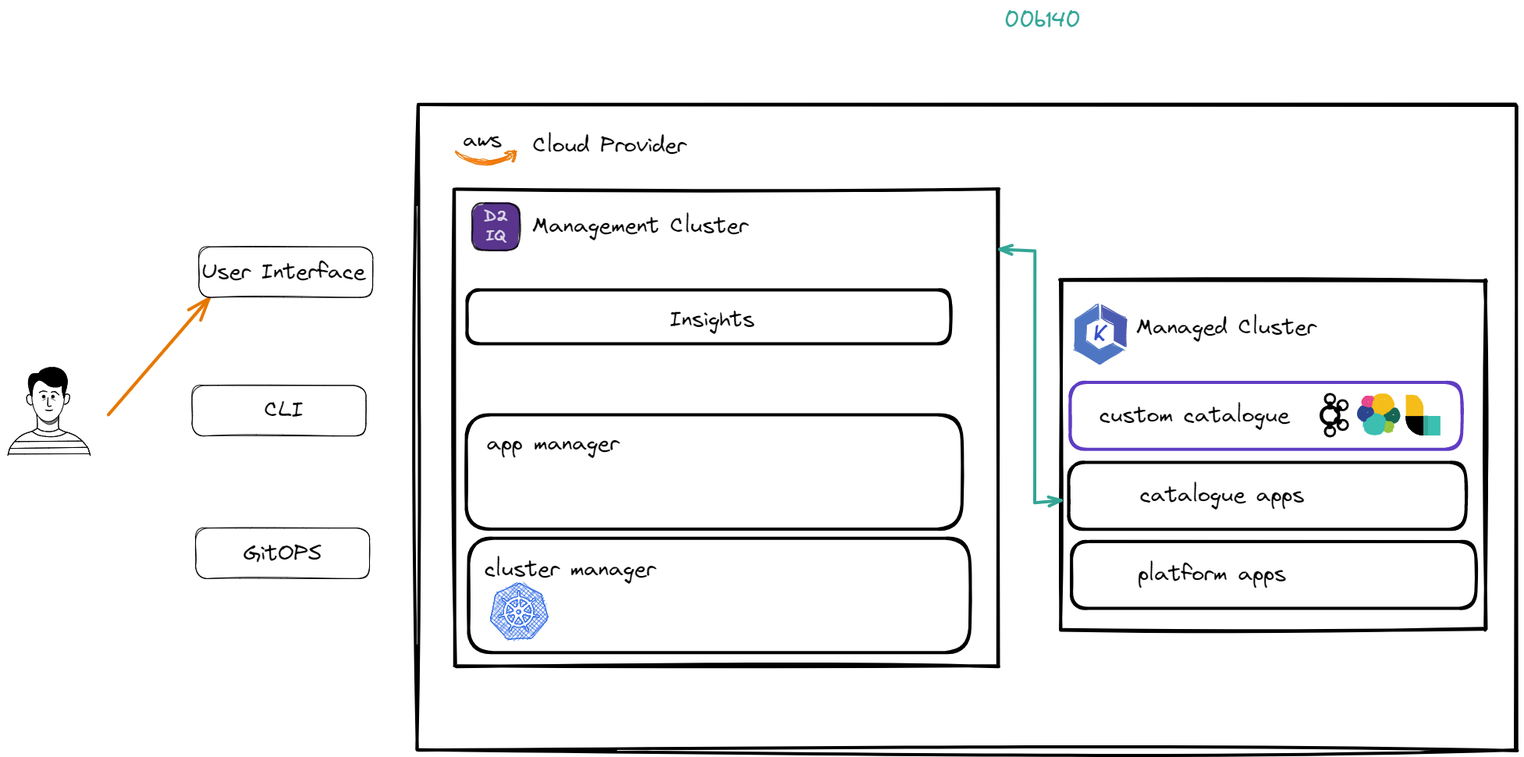
Above: media/architecture.excalidraw.png in swiftsuretech/kubernetes-big-data (Excalidraw), before the change. Source tidied: one line per element, renumbered; positions are measured from the earlier drawing's top-left corner, leaving out a move shared by most shapes.
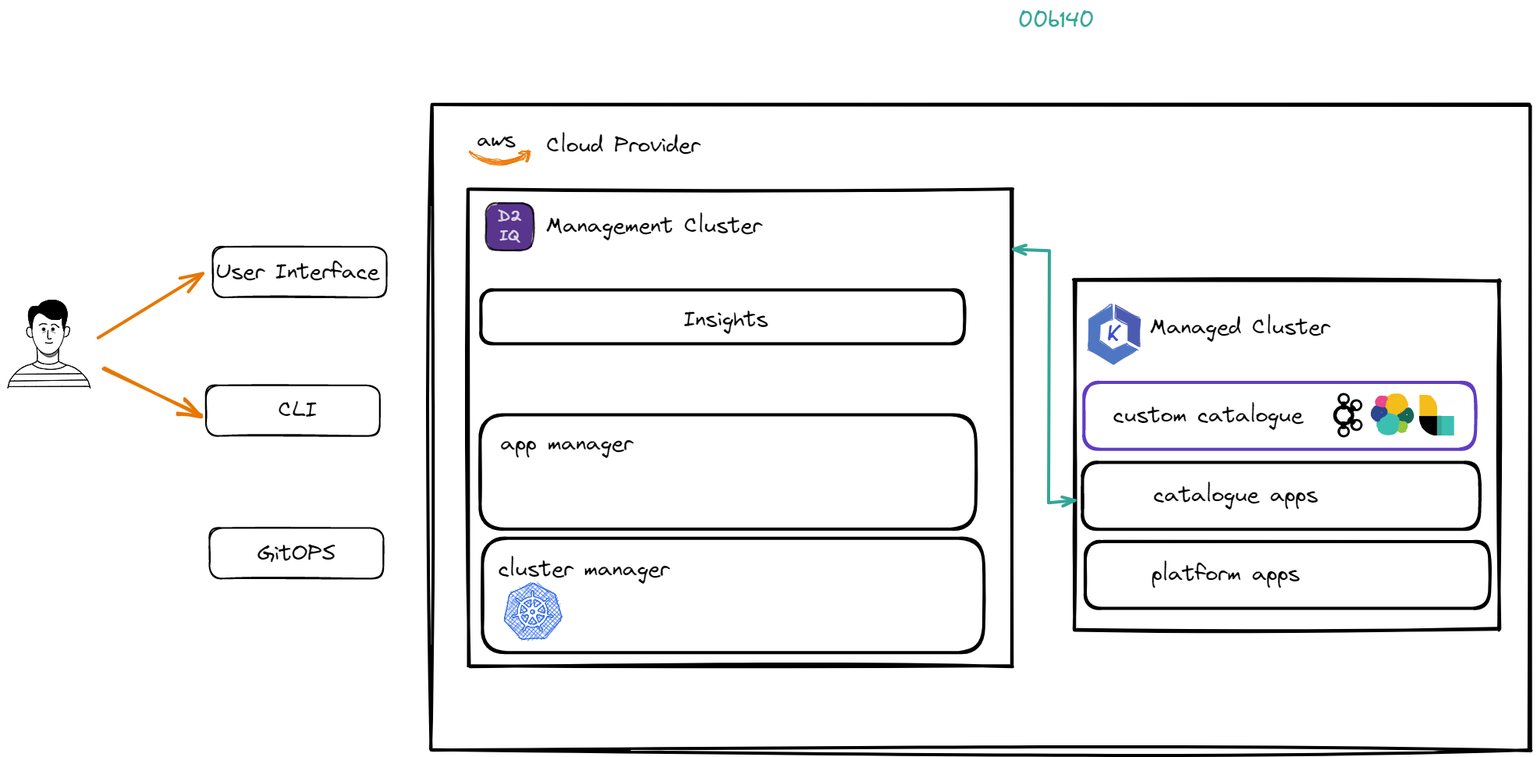
Later version of the same file.

What changed in the source:
```diff
@@ -43,7 +43,7 @@
 {"id": 42, "type": "text", "text": "00b140", "strokeColor": "#34a696", "backgroundColor": "#34a696", "fillStyle": "solid", "strokeWidth": 4, "roughness": 0, "fontSize": 28, "fontFamily": 1, "x": 1277, "y": 0, "width": 98, "height": 35}
 {"id": 43, "type": "line", "strokeColor": "#4c5bb2", "backgroundColor": "#4c5bb2", "fillStyle": "solid", "strokeWidth": 1, "roughness": 1, "x": 1402, "y": 382, "width": 31, "height": 52, "points": [[0, 0], [0, 17], [17, 25], [16, 44], [31, 52], [31, 17], [0, 0]]}
 {"id": 44, "type": "line", "strokeColor": "#4f76c3", "backgroundColor": "#4f76c3", "fillStyle": "solid", "strokeWidth": 1, "roughness": 1, "x": 1397, "y": 380, "width": 63, "height": 76, "points": [[0, 0], [0, 19], [-15, 26], [-15, 48], [2, 58], [19, 50], [33, 58], [3, 76], [-30, 56], [-30, 19], [0, 0]]}
-{"id": 45, "type": "text", "text": "K", "strokeColor": "#364fc7", "backgroundColor": "#4f76c3", "fillStyle": "solid", "strokeWidth": 1, "roughness": 1, "fontSize": 30.15, "fontFamily": 1, "x": 1391, "y": 400, "width": 19, "height": 38}
+{"id": 45, "type": "text", "text": "K", "strokeColor": "#364fc7", "backgroundColor": "#4f76c3", "fillStyle": "solid", "strokeWidth": 1, "roughness": 1, "fontSize": 30.15, "fontFamily": 1, "x": 1391, "y": 400, "width": 18, "height": 38}
 {"id": 46, "type": "line", "strokeColor": "#326ce5", "backgroundColor": "#326ce5", "fillStyle": "cross-hatch", "strokeWidth": 1, "roughness": 1, "x": 655, "y": 738, "width": 72, "height": 70, "points": [[0, 0], [0, 0], [-2, 0], [-27, 13], [-27, 13], [-29, 14], [-30, 16], [-36, 43], [-36, 43], [-36, 45], [-35, 47], [-35, 47], [-18, 69], [-18, 69], [-16, 70], [-14, 70], [14, 70], [14, 70], [16, 70], [18, 69], [35, 47], [35, 47], [36, 45], [36, 43], [30, 16], [30, 16], [29, 14], [28, 13], [2, 0], [2, 0], [0, 0], [0, 0]]}
 {"id": 47, "type": "line", "strokeColor": "#326ce5", "backgroundColor": "#fff", "fillStyle": "solid", "strokeWidth": 1, "roughness": 1, "x": 655, "y": 747, "width": 53, "height": 52, "points": [[0, 0], [0, 0], [-1, 1], [-1, 2], [-1, 2], [-1, 2], [-1, 4], [-1, 6], [-2, 7], [-2, 8], [-2, 8], [-4, 8], [-7, 9], [-10, 10], [-12, 12], [-14, 14], [-15, 13], [-15, 13], [-16, 13], [-18, 11], [-19, 10], [-19, 10], [-19, 10], [-20, 10], [-21, 10], [-22, 11], [-21, 12], [-21, 13], [-21, 13], [-19, 13], [-17, 15], [-17, 16], [-16, 16], [-16, 16], [-18, 20], [-19, 23], [-20, 26], [-19, 30], [-20, 30], [-20, 30], [-21, 31], [-23, 31], [-25, 31], [-25, 31], [-25, 31], [-25, 31], [-26, 32], [-26, 32], [-26, 34], [-26, 34], [-25, 34], [-25, 34], [-25, 34], [-24, 34], [-24, 34], [-23, 34], [-20, 33], [-19, 33], [-19, 33], [-19, 33], [-17, 37], [-15, 40], [-13, 42], [-10, 44], [-10, 45], [-10, 45], [-10, 46], [-11, 48], [-12, 49], [-12, 50], [-12, 50], [-13, 51], [-12, 51], [-12, 52], [-11, 52], [-11, 52], [-10, 52], [-10, 51], [-10, 51], [-10, 51], [-9, 49], [-9, 48], [-8, 47], [-7, 46], [-7, 46], [-7, 46], [-3, 47], [0, 47], [4, 47], [7, 46], [7, 46], [7, 46], [8, 47], [9, 49], [10, 51], [10, 51], [10, 51], [10, 52], [11, 52], [12, 51], [12, 51], [13, 50], [12, 50], [12, 49], [12, 49], [11, 48], [10, 46], [10, 45], [10, 44], [13, 42], [15, 39], [17, 37], [19, 33], [19, 33], [19, 33], [20, 33], [23, 34], [24, 34], [25, 34], [25, 34], [25, 34], [25, 34], [26, 34], [26, 33], [27, 33], [26, 32], [26, 32], [25, 31], [25, 31], [25, 31], [23, 31], [21, 31], [20, 30], [19, 30], [19, 30], [20, 26], [19, 23], [18, 20], [16, 16], [17, 16], [17, 16], [17, 15], [19, 13], [21, 13], [21, 12], [21, 12], [22, 11], [21, 10], [21, 10], [21, 10], [20, 10], [19, 10], [19, 10], [19, 10], [18, 11], [16, 13], [15, 13], [14, 14], [14, 14], [12, 11], [8, 10], [5, 8], [2, 8], [2, 7], [1, 6], [1, 4], [2, 2], [2, 2], [2, 2], [1, 1], [0, 0], [0, 0]]}
 {"id": 48, "type": "line", "strokeColor": "#326ce5", "backgroundColor": "#326ce5", "fillStyle": "cross-hatch", "strokeWidth": 1, "roughness": 1, "x": 653, "y": 759, "width": 9, "height": 9, "points": [[0, 0], [0, 8], [0, 8], [0, 8], [-1, 9], [-3, 9], [-9, 4], [-9, 4], [-6, 2], [-2, 0], [0, 0], [0, 0]]}
@@ -60,31 +60,32 @@
 {"id": 59, "type": "text", "text": "catalogue apps", "strokeColor": "#000000", "strokeWidth": 1, "roughness": 1, "fontSize": 28, "fontFamily": 1, "x": 1451, "y": 608, "width": 211, "height": 35}
 {"id": 60, "type": "rectangle", "strokeColor": "#000000", "strokeWidth": 4, "roughness": 1, "round": true, "x": 589, "y": 362, "width": 620, "height": 69}
 {"id": 61, "type": "text", "text": "Insights", "strokeColor": "#000000", "strokeWidth": 1, "roughness": 1, "fontSize": 28, "fontFamily": 1, "x": 848, "y": 383, "width": 109, "height": 35}
-{"id": 62, "type": "arrow", "strokeColor": "#34a696", "backgroundColor": "#34a696", "fillStyle": "solid", "strokeWidth": 4, "roughness": 0, "startArrowhead": "arrow", "endArrowhead": "arrow", "from": 0, "to": 58, "x": 1271, "y": 309, "width": 79, "height": 325, "points": [[0, 0], [45, 2], [45, 325], [79, 322]]}
+{"id": 62, "type": "arrow", "strokeColor": "#34a696", "backgroundColor": "#34a696", "fillStyle": "solid", "strokeWidth": 4, "roughness": 0, "startArrowhead": "arrow", "endArrowhead": "arrow", "from": 0, "to": 58, "x": 1271, "y": 309, "width": 79, "height": 325, "points": [[0, 0], [46, 2], [45, 325], [79, 322]]}
-{"id": 63, "type": "line", "strokeColor": "#000000", "backgroundColor": "#000", "fillStyle": "solid", "strokeWidth": 1, "roughness": 0, "opacity": 50, "round": true, "x": 38, "y": 521, "width": 27, "height": 19, "points": [[0, 0], [5, 8], [12, 12], [17, 13], [23, 11], [26, 6], [27, 1], [27, -3], [24, -6], [12, -5], [7, -2], [1, -1]]}
+{"id": 63, "type": "line", "strokeColor": "#000000", "backgroundColor": "#000", "fillStyle": "solid", "strokeWidth": 1, "roughness": 0, "opacity": 50, "round": true, "x": 20, "y": 434, "width": 27, "height": 19, "points": [[0, 0], [5, 8], [12, 12], [17, 13], [23, 11], [26, 6], [27, 1], [27, -3], [24, -6], [12, -5], [7, -2], [1, -1]]}
-{"id": 64, "type": "ellipse", "strokeColor": "#000000", "backgroundColor": "#fff", "fillStyle": "solid", "strokeWidth": 1, "roughness": 0, "x": 31, "y": 464, "width": 42, "height": 66}
+{"id": 64, "type": "ellipse", "strokeColor": "#000000", "backgroundColor": "#fff", "fillStyle": "solid", "strokeWidth": 1, "roughness": 0, "x": 13, "y": 378, "width": 42, "height": 66}
-{"id": 65, "type": "line", "strokeColor": "#000000", "backgroundColor": "#000", "fillStyle": "solid", "strokeWidth": 1, "roughness": 0, "round": true, "x": 31, "y": 499, "width": 50, "height": 38, "points": [[0, 0], [0, -4], [1, -9], [2, -13], [3, -16], [6, -20], [9, -22], [13, -20], [17, -18], [21, -15], [25, -13], [30, -13], [35, -13], [39, -15], [39, -8], [40, -4], [41, 1], [43, -6], [45, -13], [45, -21], [44, -28], [41, -31], [37, -35], [31, -37], [26, -38], [21, -37], [16, -36], [12, -34], [9, -30], [5, -30], [0, -29], [-3, -26], [-4, -22], [-4, -17], [-4, -12], [-2, -6], [-1, -2]]}
+{"id": 65, "type": "line", "strokeColor": "#000000", "backgroundColor": "#000", "fillStyle": "solid", "strokeWidth": 1, "roughness": 0, "round": true, "x": 13, "y": 412, "width": 50, "height": 38, "points": [[0, 0], [0, -4], [1, -9], [2, -13], [3, -16], [6, -20], [9, -22], [13, -20], [17, -18], [21, -15], [25, -13], [30, -13], [35, -13], [39, -15], [39, -8], [40, -4], [41, 1], [43, -6], [45, -13], [45, -21], [44, -28], [41, -31], [37, -35], [31, -37], [26, -38], [21, -37], [16, -36], [12, -34], [9, -30], [5, -30], [0, -29], [-3, -26], [-4, -22], [-4, -17], [-4, -12], [-2, -6], [-1, -2]]}
-{"id": 66, "type": "ellipse", "strokeColor": "#000000", "backgroundColor": "#000", "fillStyle": "solid", "strokeWidth": 1, "roughness": 0, "x": 44, "y": 496, "width": 4, "height": 4}
+{"id": 66, "type": "ellipse", "strokeColor": "#000000", "backgroundColor": "#000", "fillStyle": "solid", "strokeWidth": 1, "roughness": 0, "x": 26, "y": 410, "width": 4, "height": 4}
-{"id": 67, "type": "ellipse", "strokeColor": "#000000", "backgroundColor": "#000", "fillStyle": "solid", "strokeWidth": 1, "roughness": 0, "x": 56, "y": 496, "width": 4, "height": 4}
+{"id": 67, "type": "ellipse", "strokeColor": "#000000", "backgroundColor": "#000", "fillStyle": "solid", "strokeWidth": 1, "roughness": 0, "x": 38, "y": 410, "width": 4, "height": 4}
-{"id": 68, "type": "line", "strokeColor": "#000000", "backgroundColor": "#000", "fillStyle": "solid", "strokeWidth": 1, "roughness": 0, "round": true, "x": 48, "y": 515, "width": 10, "height": 1, "points": [[0, 0], [5, 1], [10, 0]]}
+{"id": 68, "type": "line", "strokeColor": "#000000", "backgroundColor": "#000", "fillStyle": "solid", "strokeWidth": 1, "roughness": 0, "round": true, "x": 30, "y": 429, "width": 10, "height": 1, "points": [[0, 0], [5, 1], [10, 0]]}
-{"id": 69, "type": "line", "strokeColor": "#000000", "backgroundColor": "#000", "fillStyle": "solid", "strokeWidth": 1, "roughness": 0, "round": true, "x": 52, "y": 499, "width": 4, "height": 11, "points": [[0, 0], [0, 11], [4, 11]]}
+{"id": 69, "type": "line", "strokeColor": "#000000", "backgroundColor": "#000", "fillStyle": "solid", "strokeWidth": 1, "roughness": 0, "round": true, "x": 34, "y": 413, "width": 4, "height": 11, "points": [[0, 0], [0, 11], [4, 11]]}
-{"id": 70, "type": "line", "strokeColor": "#495057", "backgroundColor": "#000", "fillStyle": "solid", "strokeWidth": 1, "roughness": 0, "opacity": 40, "round": true, "x": 44, "y": 503, "width": 4, "height": 2, "points": [[0, 0], [4, -2]]}
+{"id": 70, "type": "line", "strokeColor": "#495057", "backgroundColor": "#000", "fillStyle": "solid", "strokeWidth": 1, "roughness": 0, "opacity": 40, "round": true, "x": 27, "y": 417, "width": 4, "height": 2, "points": [[0, 0], [4, -2]]}
-{"id": 71, "type": "line", "strokeColor": "#495057", "backgroundColor": "#000", "fillStyle": "solid", "strokeWidth": 1, "roughness": 0, "opacity": 40, "round": true, "x": 55, "y": 500, "width": 6, "height": 3, "points": [[0, 0], [6, 3]]}
+{"id": 71, "type": "line", "strokeColor": "#495057", "backgroundColor": "#000", "fillStyle": "solid", "strokeWidth": 1, "roughness": 0, "opacity": 40, "round": true, "x": 37, "y": 414, "width": 6, "height": 3, "points": [[0, 0], [6, 3]]}
-{"id": 72, "type": "line", "strokeColor": "#000000", "strokeWidth": 1, "roughness": 0, "round": true, "x": 32, "y": 507, "width": 8, "height": 13, "points": [[0, 0], [-2, 1], [-7, -2], [-8, -9], [-5, -12], [-2, -10]]}
+{"id": 72, "type": "line", "strokeColor": "#000000", "strokeWidth": 1, "roughness": 0, "round": true, "x": 14, "y": 421, "width": 8, "height": 13, "points": [[0, 0], [-2, 1], [-7, -2], [-8, -9], [-5, -12], [-2, -10]]}
-{"id": 73, "type": "line", "strokeColor": "#000000", "strokeWidth": 1, "roughness": 0, "round": true, "x": 73, "y": 496, "width": 7, "height": 13, "points": [[0, 0], [3, -1], [6, 1], [4, 9], [-1, 12]]}
+{"id": 73, "type": "line", "strokeColor": "#000000", "strokeWidth": 1, "roughness": 0, "round": true, "x": 55, "y": 410, "width": 7, "height": 13, "points": [[0, 0], [3, -1], [6, 1], [4, 9], [-1, 12]]}
-{"id": 74, "type": "line", "strokeColor": "#000000", "backgroundColor": "#fff", "fillStyle": "solid", "strokeWidth": 1, "roughness": 0, "round": true, "x": 37, "y": 521, "width": 38, "height": 52, "points": [[0, 0], [0, 16], [-4, 20], [-15, 24], [-21, 27], [-27, 32], [-31, 38], [-35, 43], [-37, 52]]}
+{"id": 74, "type": "line", "strokeColor": "#000000", "backgroundColor": "#fff", "fillStyle": "solid", "strokeWidth": 1, "roughness": 0, "round": true, "x": 19, "y": 435, "width": 38, "height": 52, "points": [[0, 0], [0, 16], [-4, 20], [-15, 24], [-21, 27], [-27, 32], [-31, 38], [-35, 43], [-37, 52]]}
-{"id": 75, "type": "line", "strokeColor": "#000000", "backgroundColor": "#fff", "fillStyle": "solid", "strokeWidth": 1, "roughness": 0, "round": true, "x": 66, "y": 522, "width": 41, "height": 52, "points": [[0, 0], [0, 16], [4, 20], [16, 24], [23, 27], [29, 32], [34, 38], [37, 43], [40, 52]]}
+{"id": 75, "type": "line", "strokeColor": "#000000", "backgroundColor": "#fff", "fillStyle": "solid", "strokeWidth": 1, "roughness": 0, "round": true, "x": 48, "y": 435, "width": 41, "height": 52, "points": [[0, 0], [0, 16], [4, 20], [16, 24], [23, 27], [29, 32], [34, 38], [37, 43], [40, 52]]}
-{"id": 76, "type": "line", "strokeColor": "#000000", "backgroundColor": "#fff", "fillStyle": "solid", "strokeWidth": 1, "roughness": 0, "round": true, "x": 38, "y": 538, "width": 28, "height": 5, "points": [[0, 0], [5, 3], [10, 4], [16, 5], [23, 4], [28, 1]]}
+{"id": 76, "type": "line", "strokeColor": "#000000", "backgroundColor": "#fff", "fillStyle": "solid", "strokeWidth": 1, "roughness": 0, "round": true, "x": 20, "y": 452, "width": 28, "height": 5, "points": [[0, 0], [5, 3], [10, 4], [16, 5], [23, 4], [28, 1]]}
-{"id": 77, "type": "line", "strokeColor": "#000000", "backgroundColor": "#fff", "fillStyle": "solid", "strokeWidth": 1, "roughness": 0, "round": true, "x": 31, "y": 543, "width": 45, "height": 7, "points": [[0, 0], [7, 5], [16, 6], [26, 7], [37, 5], [45, 1]]}
+{"id": 77, "type": "line", "strokeColor": "#000000", "backgroundColor": "#fff", "fillStyle": "solid", "strokeWidth": 1, "roughness": 0, "round": true, "x": 13, "y": 456, "width": 45, "height": 7, "points": [[0, 0], [7, 5], [16, 6], [26, 7], [37, 5], [45, 1]]}
-{"id": 78, "type": "line", "strokeColor": "#000000", "backgroundColor": "#fff", "fillStyle": "solid", "strokeWidth": 1, "roughness": 0, "round": true, "x": 9, "y": 556, "width": 86, "height": 1, "points": [[0, 0], [86, -1]]}
+{"id": 78, "type": "line", "strokeColor": "#000000", "backgroundColor": "#fff", "fillStyle": "solid", "strokeWidth": 1, "roughness": 0, "round": true, "x": -9, "y": 470, "width": 86, "height": 1, "points": [[0, 0], [86, -1]]}
-{"id": 79, "type": "line", "strokeColor": "#000000", "backgroundColor": "#fff", "fillStyle": "solid", "strokeWidth": 1, "roughness": 0, "round": true, "x": 2, "y": 565, "width": 100, "height": 1, "points": [[0, 0], [100, -1]]}
+{"id": 79, "type": "line", "strokeColor": "#000000", "backgroundColor": "#fff", "fillStyle": "solid", "strokeWidth": 1, "roughness": 0, "round": true, "x": -15, "y": 478, "width": 100, "height": 1, "points": [[0, 0], [100, -1]]}
-{"id": 80, "type": "line", "strokeColor": "#000000", "backgroundColor": "#fff", "fillStyle": "solid", "strokeWidth": 1, "roughness": 0, "round": true, "x": 1, "y": 572, "width": 105, "height": 0, "points": [[0, 0], [105, 0]]}
+{"id": 80, "type": "line", "strokeColor": "#000000", "backgroundColor": "#fff", "fillStyle": "solid", "strokeWidth": 1, "roughness": 0, "round": true, "x": -17, "y": 485, "width": 105, "height": 0, "points": [[0, 0], [105, 0]]}
-{"id": 81, "type": "line", "strokeColor": "#000000", "backgroundColor": "#000", "fillStyle": "hachure", "strokeWidth": 1, "roughness": 0, "round": true, "x": 40, "y": 493, "width": 10, "height": 2, "points": [[0, 0], [5, -2], [10, -1]]}
+{"id": 81, "type": "line", "strokeColor": "#000000", "backgroundColor": "#000", "fillStyle": "hachure", "strokeWidth": 1, "roughness": 0, "round": true, "x": 22, "y": 407, "width": 10, "height": 2, "points": [[0, 0], [5, -2], [10, -1]]}
-{"id": 82, "type": "line", "strokeColor": "#000000", "strokeWidth": 1, "roughness": 0, "round": true, "x": 55, "y": 493, "width": 10, "height": 4, "points": [[0, 0], [5, -1], [10, 3]]}
+{"id": 82, "type": "line", "strokeColor": "#000000", "strokeWidth": 1, "roughness": 0, "round": true, "x": 38, "y": 407, "width": 10, "height": 4, "points": [[0, 0], [5, -1], [10, 3]]}
-{"id": 83, "type": "arrow", "strokeColor": "#e67700", "backgroundColor": "#34a696", "fillStyle": "solid", "strokeWidth": 4, "roughness": 0, "endArrowhead": "arrow", "to": 85, "x": 129, "y": 522, "width": 129, "height": 149, "points": [[0, 0], [129, -149]]}
+{"id": 83, "type": "arrow", "strokeColor": "#e67700", "backgroundColor": "#34a696", "fillStyle": "solid", "strokeWidth": 4, "roughness": 0, "endArrowhead": "arrow", "to": 84, "x": 98, "y": 423, "width": 134, "height": 83, "points": [[0, 0], [134, -83]]}
-{"id": 84, "type": "rectangle", "strokeColor": "#000000", "strokeWidth": 1, "roughness": 1, "round": true, "x": 245, "y": 306, "width": 223, "height": 65}
+{"id": 84, "type": "rectangle", "strokeColor": "#000000", "strokeWidth": 2, "roughness": 1, "round": true, "x": 245, "y": 306, "width": 223, "height": 65}
 {"id": 85, "type": "text", "text": "User Interface ", "strokeColor": "#000000", "strokeWidth": 1, "roughness": 1, "fontSize": 28, "fontFamily": 1, "x": 249, "y": 322, "width": 224, "height": 35}
-{"id": 86, "type": "rectangle", "strokeColor": "#000000", "strokeWidth": 1, "roughness": 1, "round": true, "x": 236, "y": 484, "width": 223, "height": 65}
+{"id": 86, "type": "rectangle", "strokeColor": "#000000", "strokeWidth": 2, "roughness": 1, "round": true, "x": 236, "y": 484, "width": 223, "height": 65}
 {"id": 87, "type": "text", "text": "CLI", "strokeColor": "#000000", "strokeWidth": 1, "roughness": 1, "fontSize": 28, "fontFamily": 1, "x": 329, "y": 499, "width": 50, "height": 35}
-{"id": 88, "type": "rectangle", "strokeColor": "#000000", "strokeWidth": 1, "roughness": 1, "round": true, "x": 241, "y": 667, "width": 223, "height": 65}
+{"id": 88, "type": "rectangle", "strokeColor": "#000000", "strokeWidth": 2, "roughness": 1, "round": true, "x": 241, "y": 667, "width": 223, "height": 65}
 {"id": 89, "type": "text", "text": "GitOPS", "strokeColor": "#000000", "strokeWidth": 1, "roughness": 1, "fontSize": 28, "fontFamily": 1, "x": 302, "y": 683, "width": 100, "height": 35}
+{"id": 90, "type": "arrow", "strokeColor": "#e67700", "strokeWidth": 4, "roughness": 1, "endArrowhead": "arrow", "round": true, "to": 86, "x": 105, "y": 463, "width": 124, "height": 59, "points": [[0, 0], [124, 59]]}
```
